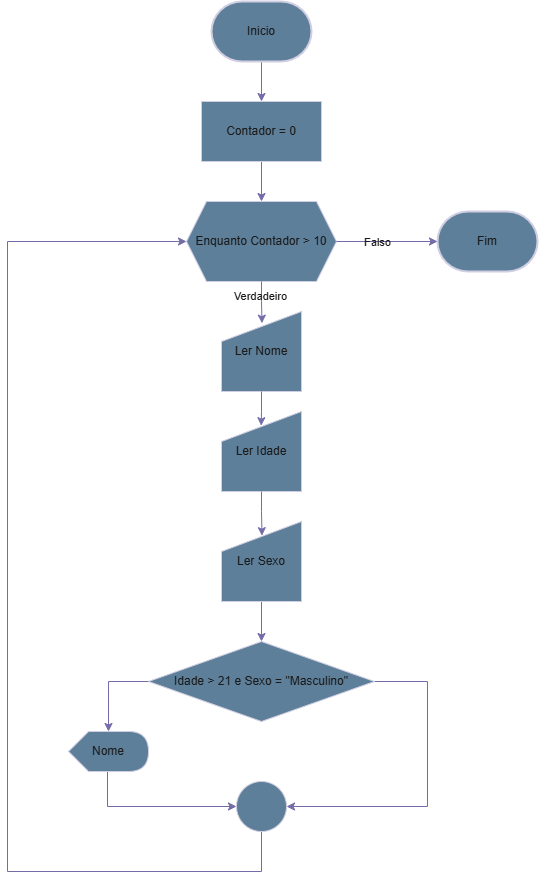
The draw.io diagram Diagramas/exercicios29.drawio.png in andrew-cdia/algoritmos-lista1, before a commit. Source tidied: cells renumbered, new cells last; positions are measured from the earlier drawing's top-left corner, leaving out a move shared by most shapes.
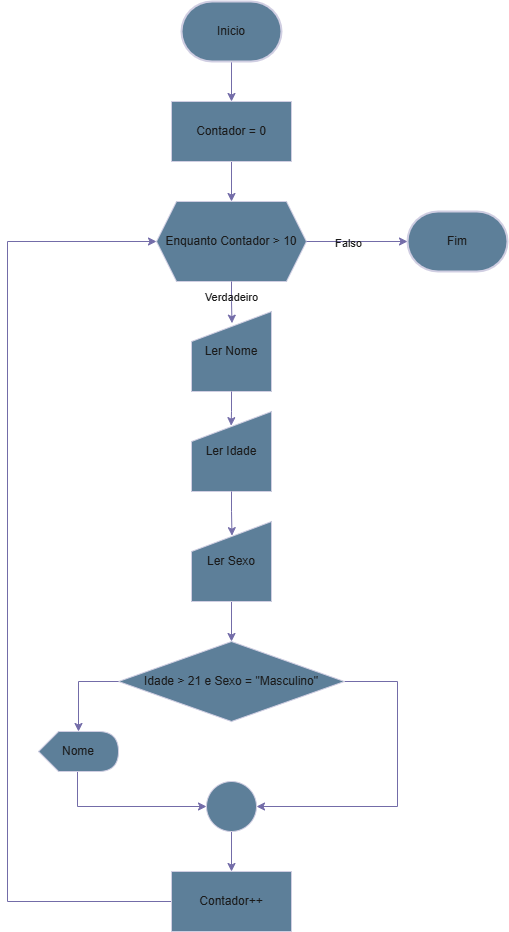
Later version of the same file.

The edit, as a diff of the source:
```diff
@@ -53,15 +53,9 @@
     <mxCell id="15" value="Nome" style="shape=display;whiteSpace=wrap;html=1;labelBackgroundColor=none;fillColor=#5D7F99;strokeColor=#D0CEE2;fontColor=#1A1A1A;" parent="1" vertex="1">
       <mxGeometry x="61" y="730" width="80" height="40" as="geometry" />
     </mxCell>
-    <mxCell id="16" style="edgeStyle=orthogonalEdgeStyle;rounded=0;jettySize=auto;html=1;entryX=0;entryY=0.5;entryDx=0;entryDy=0;labelBackgroundColor=none;strokeColor=#736CA8;fontColor=default;" parent="1" edge="1" source="17" target="7">
-      <mxGeometry relative="1" as="geometry">
-        <Array as="points">
-          <mxPoint x="254" y="870" />
-          <mxPoint y="870" />
-          <mxPoint y="240" />
-        </Array>
-      </mxGeometry>
-    </mxCell>
+    <mxCell id="25" style="edgeStyle=orthogonalEdgeStyle;rounded=0;jettySize=auto;html=1;strokeColor=#736CA8;fontColor=#1A1A1A;" parent="1" edge="1" source="17" target="27">
+      <mxGeometry relative="1" as="geometry" />
+    </mxCell>
     <mxCell id="17" style="ellipse;whiteSpace=wrap;html=1;labelBackgroundColor=none;fillColor=#5D7F99;strokeColor=#D0CEE2;fontColor=#1A1A1A;" parent="1" vertex="1">
       <mxGeometry x="229" y="780" width="50" height="50" as="geometry" />
     </mxCell>
@@ -90,5 +84,16 @@
     <mxCell id="24" value="Falso" style="edgeLabel;html=1;align=center;verticalAlign=middle;labelBackgroundColor=none;fontColor=#1A1A1A;" parent="23" vertex="1">
       <mxGeometry x="-0.2" y="-1" relative="1" as="geometry" />
     </mxCell>
+    <mxCell id="26" style="edgeStyle=orthogonalEdgeStyle;rounded=0;jettySize=auto;html=1;entryX=0;entryY=0.5;entryDx=0;entryDy=0;strokeColor=#736CA8;fontColor=#1A1A1A;" parent="1" edge="1" source="27" target="7">
+      <mxGeometry relative="1" as="geometry">
+        <Array as="points">
+          <mxPoint x="30" y="900" />
+          <mxPoint x="30" y="240" />
+        </Array>
+      </mxGeometry>
+    </mxCell>
+    <mxCell id="27" value="Contador++" style="rounded=0;whiteSpace=wrap;html=1;labelBackgroundColor=none;fillColor=#5D7F99;strokeColor=#D0CEE2;fontColor=#1A1A1A;" parent="1" vertex="1">
+      <mxGeometry x="194" y="870" width="120" height="60" as="geometry" />
+    </mxCell>
   </root>
 </mxGraphModel>
```
